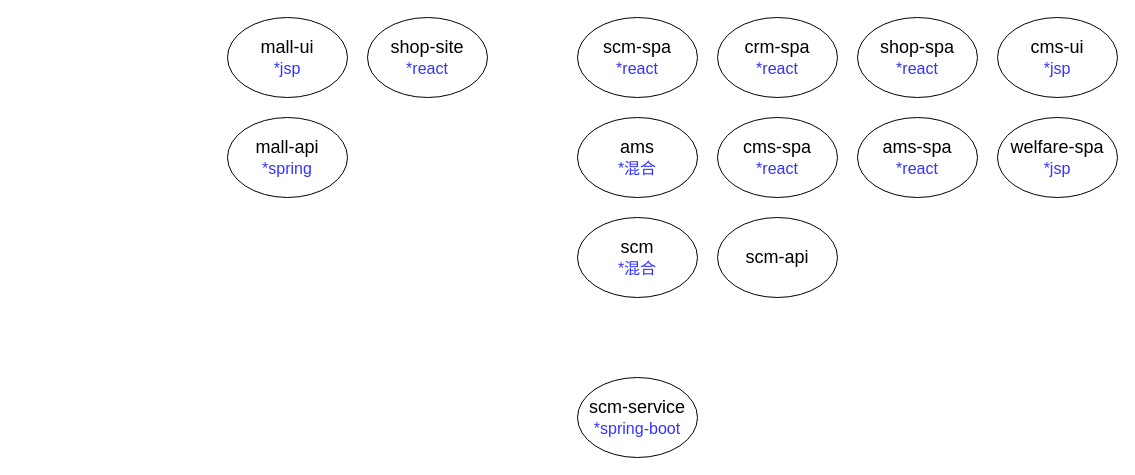
The draw.io diagram 系统结构图.drawio in lycwukang/diagrams, before the edit. Source tidied: cells renumbered, new cells numbered last; positions are measured from the earlier drawing's top-left corner, leaving out a move shared by most shapes. Both pictures are drawn from the tidied source at 100%, with x=0, y=0 at pixel (227, 17).
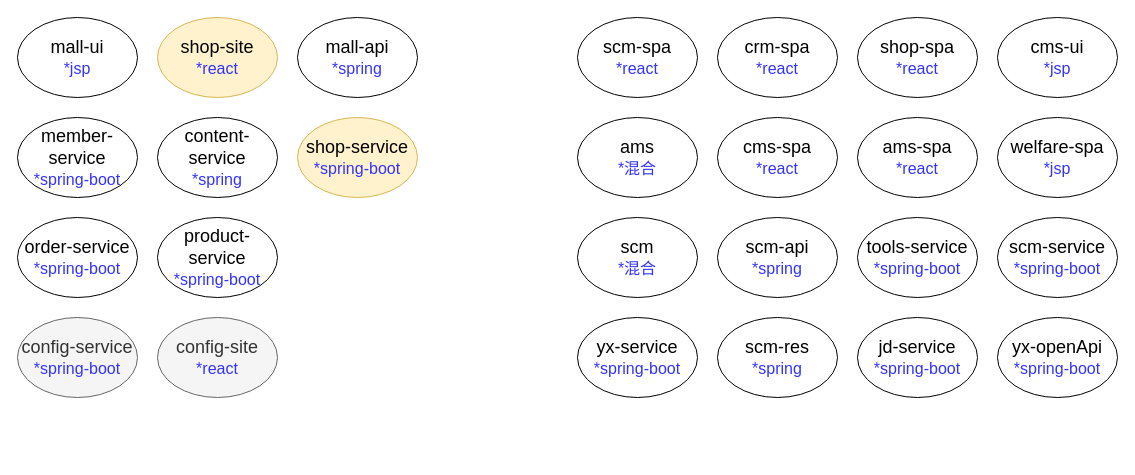
After the change.

Commit message:
更新系统结构图.drawio

The edit, as a diff of the source:
```diff
@@
     <mxCell id="2" value="&lt;font&gt;&lt;font style=&quot;font-size: 18px&quot;&gt;mall-ui&lt;br&gt;&lt;/font&gt;&lt;font style=&quot;font-size: 16px&quot; color=&quot;#3333ff&quot;&gt;*jsp&lt;/font&gt;&lt;br&gt;&lt;/font&gt;" style="ellipse;whiteSpace=wrap;html=1;" parent="1" vertex="1">
-      <mxGeometry width="120" height="80" as="geometry" />
+      <mxGeometry x="-210" width="120" height="80" as="geometry" />
     </mxCell>
-    <mxCell id="3" value="&lt;font&gt;&lt;font&gt;&lt;font style=&quot;font-size: 18px&quot;&gt;shop-site&lt;/font&gt;&lt;br&gt;&lt;/font&gt;&lt;font style=&quot;font-size: 16px&quot; color=&quot;#3333ff&quot;&gt;*react&lt;/font&gt;&lt;br&gt;&lt;/font&gt;" style="ellipse;whiteSpace=wrap;html=1;" parent="1" vertex="1">
-      <mxGeometry x="140" width="120" height="80" as="geometry" />
+    <mxCell id="3" value="&lt;font&gt;&lt;font&gt;&lt;font style=&quot;font-size: 18px&quot;&gt;shop-site&lt;/font&gt;&lt;br&gt;&lt;/font&gt;&lt;font style=&quot;font-size: 16px&quot; color=&quot;#3333ff&quot;&gt;*react&lt;/font&gt;&lt;br&gt;&lt;/font&gt;" style="ellipse;whiteSpace=wrap;html=1;fillColor=#fff2cc;strokeColor=#d6b656;" parent="1" vertex="1">
+      <mxGeometry x="-70" width="120" height="80" as="geometry" />
     </mxCell>
@@
     <mxCell id="10" value="&lt;font&gt;&lt;span style=&quot;font-size: 18px&quot;&gt;mall-api&lt;br&gt;&lt;/span&gt;&lt;font color=&quot;#3333ff&quot; style=&quot;font-size: 16px&quot;&gt;*spring&lt;/font&gt;&lt;br&gt;&lt;/font&gt;" style="ellipse;whiteSpace=wrap;html=1;" parent="1" vertex="1">
-      <mxGeometry y="100" width="120" height="80" as="geometry" />
+      <mxGeometry x="70" width="120" height="80" as="geometry" />
     </mxCell>
@@
-    <mxCell id="14" value="&lt;font&gt;&lt;span style=&quot;font-size: 18px&quot;&gt;scm-api&lt;/span&gt;&lt;br&gt;&lt;/font&gt;" style="ellipse;whiteSpace=wrap;html=1;" parent="1" vertex="1">
+    <mxCell id="14" value="&lt;font&gt;&lt;span style=&quot;font-size: 18px&quot;&gt;scm-api&lt;br&gt;&lt;/span&gt;&lt;span style=&quot;color: rgb(51 , 51 , 255) ; font-size: 16px&quot;&gt;*spring&lt;/span&gt;&lt;br&gt;&lt;/font&gt;" style="ellipse;whiteSpace=wrap;html=1;" parent="1" vertex="1">
       <mxGeometry x="490" y="200" width="120" height="80" as="geometry" />
     </mxCell>
     <mxCell id="15" value="&lt;font&gt;&lt;span style=&quot;font-size: 18px&quot;&gt;scm-service&lt;br&gt;&lt;/span&gt;&lt;font style=&quot;font-size: 16px&quot; color=&quot;#3333ff&quot;&gt;*spring-boot&lt;/font&gt;&lt;br&gt;&lt;/font&gt;" style="ellipse;whiteSpace=wrap;html=1;" parent="1" vertex="1">
-      <mxGeometry x="350" y="360" width="120" height="80" as="geometry" />
+      <mxGeometry x="770" y="200" width="120" height="80" as="geometry" />
     </mxCell>
+    <mxCell id="16" value="&lt;font&gt;&lt;span style=&quot;font-size: 18px&quot;&gt;member-service&lt;br&gt;&lt;/span&gt;&lt;font color=&quot;#3333ff&quot; style=&quot;font-size: 16px&quot;&gt;*spring-boot&lt;/font&gt;&lt;br&gt;&lt;/font&gt;" style="ellipse;whiteSpace=wrap;html=1;" parent="1" vertex="1">
+      <mxGeometry x="-210" y="100" width="120" height="80" as="geometry" />
+    </mxCell>
+    <mxCell id="17" value="&lt;font&gt;&lt;span style=&quot;font-size: 18px&quot;&gt;order-service&lt;br&gt;&lt;/span&gt;&lt;font color=&quot;#3333ff&quot; style=&quot;font-size: 16px&quot;&gt;*spring-boot&lt;/font&gt;&lt;br&gt;&lt;/font&gt;" style="ellipse;whiteSpace=wrap;html=1;" parent="1" vertex="1">
+      <mxGeometry x="-210" y="200" width="120" height="80" as="geometry" />
+    </mxCell>
+    <mxCell id="18" value="&lt;font&gt;&lt;span style=&quot;font-size: 18px&quot;&gt;product-service&lt;br&gt;&lt;/span&gt;&lt;font color=&quot;#3333ff&quot; style=&quot;font-size: 16px&quot;&gt;*spring-boot&lt;/font&gt;&lt;br&gt;&lt;/font&gt;" style="ellipse;whiteSpace=wrap;html=1;" parent="1" vertex="1">
+      <mxGeometry x="-70" y="200" width="120" height="80" as="geometry" />
+    </mxCell>
+    <mxCell id="19" value="&lt;font&gt;&lt;span style=&quot;font-size: 18px&quot;&gt;content-service&lt;br&gt;&lt;/span&gt;&lt;font color=&quot;#3333ff&quot; style=&quot;font-size: 16px&quot;&gt;*spring&lt;/font&gt;&lt;br&gt;&lt;/font&gt;" style="ellipse;whiteSpace=wrap;html=1;" parent="1" vertex="1">
+      <mxGeometry x="-70" y="100" width="120" height="80" as="geometry" />
+    </mxCell>
+    <mxCell id="20" value="&lt;font&gt;&lt;span style=&quot;font-size: 18px&quot;&gt;tools-service&lt;br&gt;&lt;/span&gt;&lt;font color=&quot;#3333ff&quot; style=&quot;font-size: 16px&quot;&gt;*spring-boot&lt;/font&gt;&lt;br&gt;&lt;/font&gt;" style="ellipse;whiteSpace=wrap;html=1;" parent="1" vertex="1">
+      <mxGeometry x="630" y="200" width="120" height="80" as="geometry" />
+    </mxCell>
+    <mxCell id="21" value="&lt;font&gt;&lt;span style=&quot;font-size: 18px&quot;&gt;yx-service&lt;br&gt;&lt;/span&gt;&lt;font style=&quot;font-size: 16px&quot; color=&quot;#3333ff&quot;&gt;*spring-boot&lt;/font&gt;&lt;br&gt;&lt;/font&gt;" style="ellipse;whiteSpace=wrap;html=1;" parent="1" vertex="1">
+      <mxGeometry x="350" y="300" width="120" height="80" as="geometry" />
+    </mxCell>
+    <mxCell id="22" value="&lt;font&gt;&lt;span style=&quot;font-size: 18px&quot;&gt;jd-service&lt;br&gt;&lt;/span&gt;&lt;font style=&quot;font-size: 16px&quot; color=&quot;#3333ff&quot;&gt;*spring-boot&lt;/font&gt;&lt;br&gt;&lt;/font&gt;" style="ellipse;whiteSpace=wrap;html=1;" parent="1" vertex="1">
+      <mxGeometry x="630" y="300" width="120" height="80" as="geometry" />
+    </mxCell>
+    <mxCell id="23" value="&lt;font&gt;&lt;span style=&quot;font-size: 18px&quot;&gt;yx-openApi&lt;br&gt;&lt;/span&gt;&lt;font style=&quot;font-size: 16px&quot; color=&quot;#3333ff&quot;&gt;*spring-boot&lt;/font&gt;&lt;br&gt;&lt;/font&gt;" style="ellipse;whiteSpace=wrap;html=1;" parent="1" vertex="1">
+      <mxGeometry x="770" y="300" width="120" height="80" as="geometry" />
+    </mxCell>
+    <mxCell id="24" value="&lt;font&gt;&lt;span style=&quot;font-size: 18px&quot;&gt;scm-res&lt;br&gt;&lt;/span&gt;&lt;font style=&quot;font-size: 16px&quot; color=&quot;#3333ff&quot;&gt;*spring&lt;/font&gt;&lt;br&gt;&lt;/font&gt;" style="ellipse;whiteSpace=wrap;html=1;" parent="1" vertex="1">
+      <mxGeometry x="490" y="300" width="120" height="80" as="geometry" />
+    </mxCell>
+    <mxCell id="25" value="&lt;font&gt;&lt;font&gt;&lt;font style=&quot;font-size: 18px&quot;&gt;shop-service&lt;/font&gt;&lt;br&gt;&lt;/font&gt;&lt;font style=&quot;font-size: 16px&quot; color=&quot;#3333ff&quot;&gt;*spring-boot&lt;/font&gt;&lt;br&gt;&lt;/font&gt;" style="ellipse;whiteSpace=wrap;html=1;fillColor=#fff2cc;strokeColor=#d6b656;" parent="1" vertex="1">
+      <mxGeometry x="70" y="100" width="120" height="80" as="geometry" />
+    </mxCell>
+    <mxCell id="26" value="&lt;font&gt;&lt;font&gt;&lt;font style=&quot;font-size: 18px&quot;&gt;config-service&lt;/font&gt;&lt;br&gt;&lt;/font&gt;&lt;font style=&quot;font-size: 16px&quot; color=&quot;#3333ff&quot;&gt;*spring-boot&lt;/font&gt;&lt;br&gt;&lt;/font&gt;" style="ellipse;whiteSpace=wrap;html=1;fillColor=#f5f5f5;strokeColor=#666666;fontColor=#333333;" parent="1" vertex="1">
+      <mxGeometry x="-210" y="300" width="120" height="80" as="geometry" />
+    </mxCell>
+    <mxCell id="27" value="&lt;font&gt;&lt;font&gt;&lt;font style=&quot;font-size: 18px&quot;&gt;config-site&lt;/font&gt;&lt;br&gt;&lt;/font&gt;&lt;font style=&quot;font-size: 16px&quot; color=&quot;#3333ff&quot;&gt;*react&lt;/font&gt;&lt;br&gt;&lt;/font&gt;" style="ellipse;whiteSpace=wrap;html=1;fillColor=#f5f5f5;strokeColor=#666666;fontColor=#333333;" parent="1" vertex="1">
+      <mxGeometry x="-70" y="300" width="120" height="80" as="geometry" />
+    </mxCell>
```
